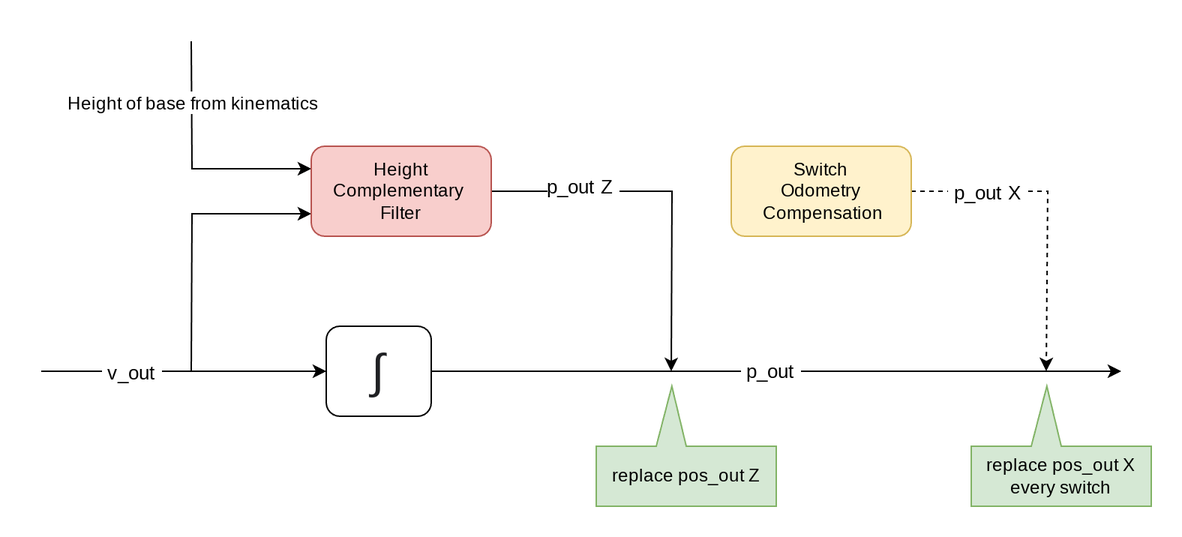
Before: src/images/Variable_Position.png, a diagram exported from draw.io (Gepetto/Bolt-Robot-TechnicalDoc). Source tidied: cells renumbered, new cells last; positions are measured from the earlier drawing's top-left corner, leaving out a move shared by most shapes.
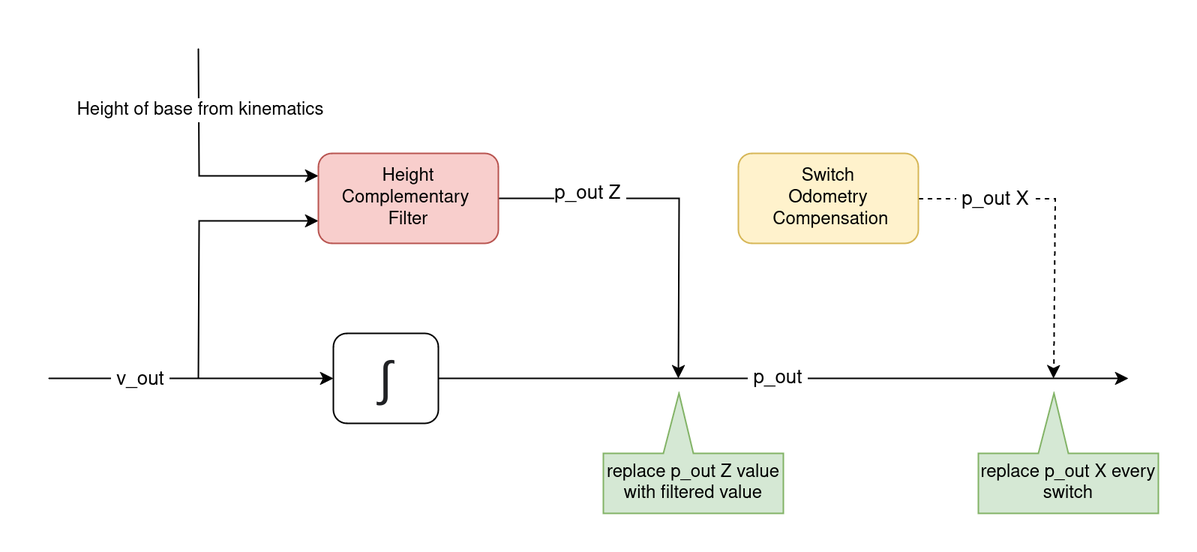
After the commit.

Diff of the diagram source:
```diff
@@ -65,10 +65,10 @@
     <mxCell id="15" value="Switch&lt;div&gt;Odometry&lt;br&gt;&lt;div&gt;&amp;nbsp;Compensation&lt;/div&gt;&lt;/div&gt;" style="rounded=1;whiteSpace=wrap;html=1;fillColor=#fff2cc;strokeColor=#d6b656;" parent="1" vertex="1">
       <mxGeometry x="460" y="70" width="120" height="60" as="geometry" />
     </mxCell>
-    <mxCell id="16" value="replace pos_out Z" style="shape=callout;whiteSpace=wrap;html=1;perimeter=calloutPerimeter;size=40;position=0.5;base=20;direction=west;position2=0.58;fillColor=#d5e8d4;strokeColor=#82b366;" parent="1" vertex="1">
+    <mxCell id="16" value="replace p_out Z value&lt;br&gt;with filtered value" style="shape=callout;whiteSpace=wrap;html=1;perimeter=calloutPerimeter;size=40;position=0.5;base=20;direction=west;position2=0.58;fillColor=#d5e8d4;strokeColor=#82b366;" parent="1" vertex="1">
       <mxGeometry x="370" y="230" width="120" height="80" as="geometry" />
     </mxCell>
-    <mxCell id="17" value="replace pos_out X every switch" style="shape=callout;whiteSpace=wrap;html=1;perimeter=calloutPerimeter;size=40;position=0.5;base=20;direction=west;position2=0.58;fillColor=#d5e8d4;strokeColor=#82b366;" parent="1" vertex="1">
+    <mxCell id="17" value="replace p_out X every switch" style="shape=callout;whiteSpace=wrap;html=1;perimeter=calloutPerimeter;size=40;position=0.5;base=20;direction=west;position2=0.58;fillColor=#d5e8d4;strokeColor=#82b366;" parent="1" vertex="1">
       <mxGeometry x="620" y="230" width="120" height="80" as="geometry" />
     </mxCell>
   </root>
```
